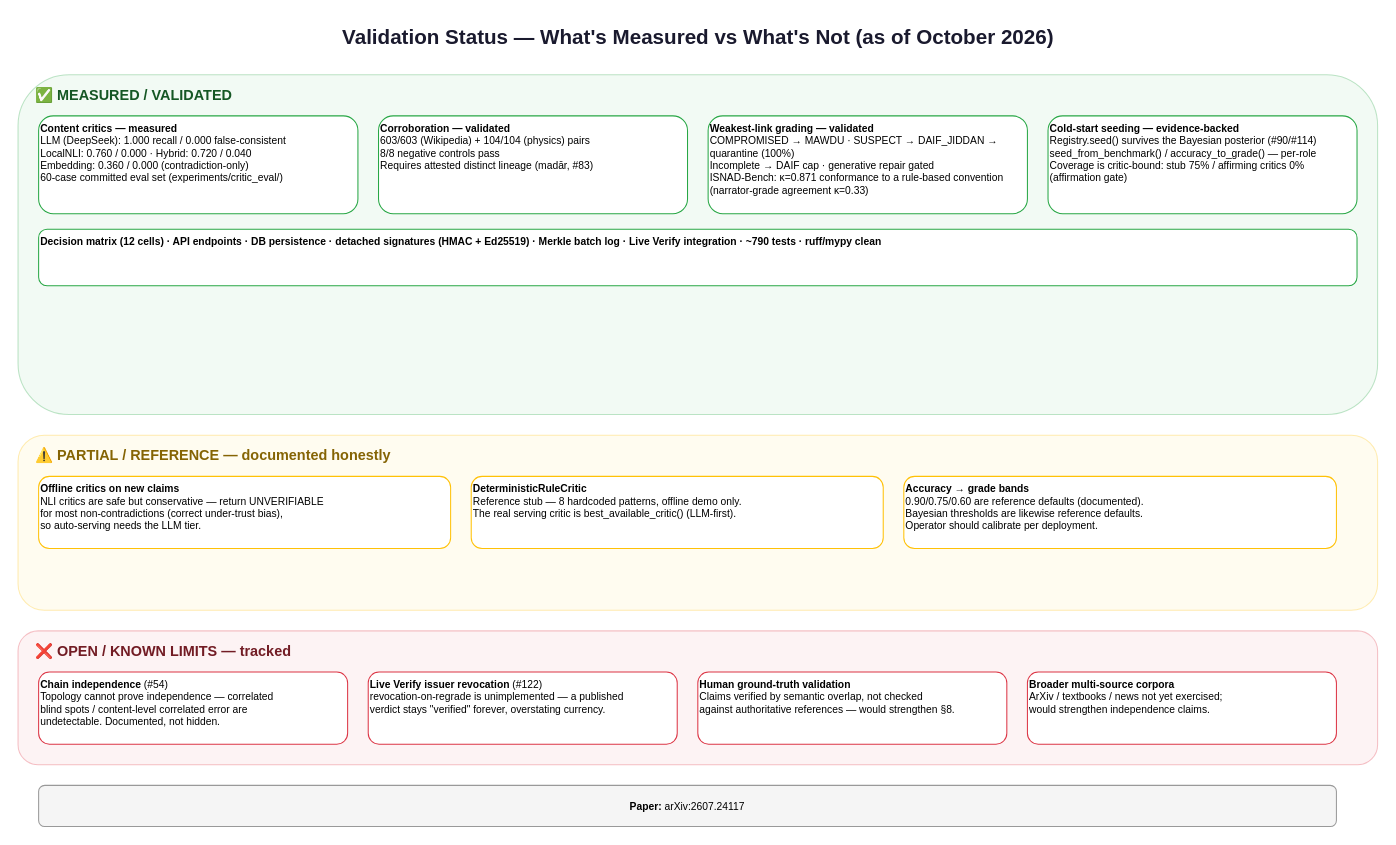
Before: page "3. Validation Matrix" (3 of 3) of docs/ARCHITECTURE.drawio in alizahidraja/isnad, a draw.io diagram. Source tidied: cells renumbered, new cells numbered last; positions are measured from the earlier drawing's top-left corner, leaving out a move shared by most shapes. Both pictures are drawn from the tidied source at 103%, with x=0, y=0 at pixel (18, 18).
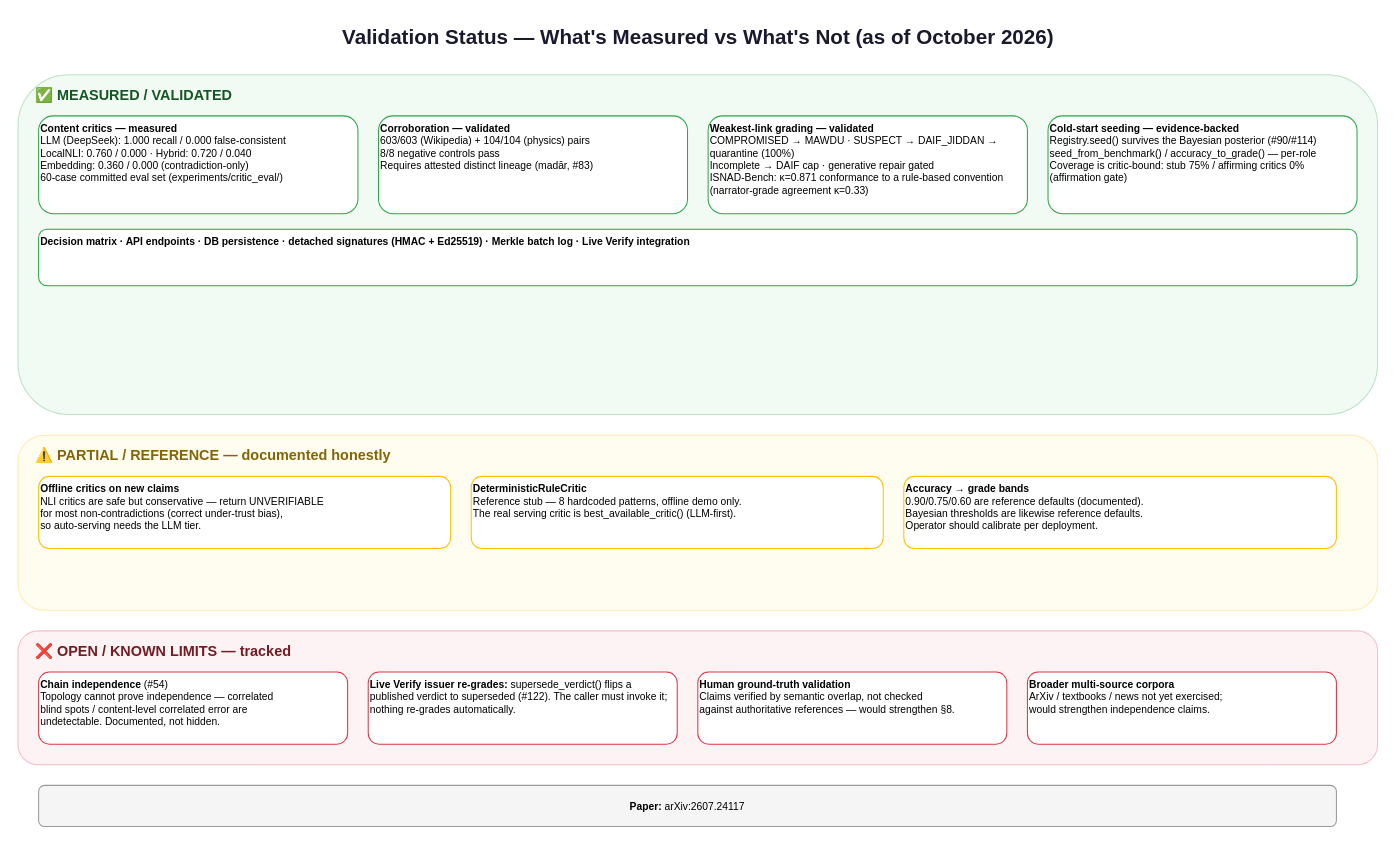
The same page after the edit.

Commit message (it also covers changes not shown here):
docs: fix stale counts on the validation tab and changelog line count

What changed in the source:
```diff
@@
-    <mxCell id="9" value="&lt;b&gt;Decision matrix (12 cells) · API endpoints · DB persistence · detached signatures (HMAC + Ed25519) · Merkle batch log · Live Verify integration · ~790 tests · ruff/mypy clean&lt;/b&gt;" style="rounded=1;whiteSpace=wrap;html=1;fillColor=#ffffff;strokeColor=#28a745;fontSize=10;align=left;verticalAlign=top;" parent="1" vertex="1">
+    <mxCell id="9" value="&lt;b&gt;Decision matrix · API endpoints · DB persistence · detached signatures (HMAC + Ed25519) · Merkle batch log · Live Verify integration&lt;/b&gt;" style="rounded=1;whiteSpace=wrap;html=1;fillColor=#ffffff;strokeColor=#28a745;fontSize=10;align=left;verticalAlign=top;" parent="1" vertex="1">
       <mxGeometry x="20" y="205" width="1280" height="55" as="geometry" />
     </mxCell>
@@
-    <mxCell id="18" value="&lt;b&gt;Live Verify issuer revocation&lt;/b&gt; (#122)&lt;br&gt;revocation-on-regrade is unimplemented — a published&lt;br&gt;verdict stays &quot;verified&quot; forever, overstating currency." style="rounded=1;whiteSpace=wrap;html=1;fillColor=#ffffff;strokeColor=#dc3545;fontSize=10;align=left;verticalAlign=top;" parent="1" vertex="1">
+    <mxCell id="18" value="&lt;b&gt;Live Verify issuer re-grades:&lt;/b&gt; supersede_verdict() flips a published verdict to superseded (#122). The caller must invoke it; nothing re-grades automatically." style="rounded=1;whiteSpace=wrap;html=1;fillColor=#ffffff;strokeColor=#dc3545;fontSize=10;align=left;verticalAlign=top;" parent="1" vertex="1">
       <mxGeometry x="340" y="635" width="300" height="70" as="geometry" />
     </mxCell>
```
